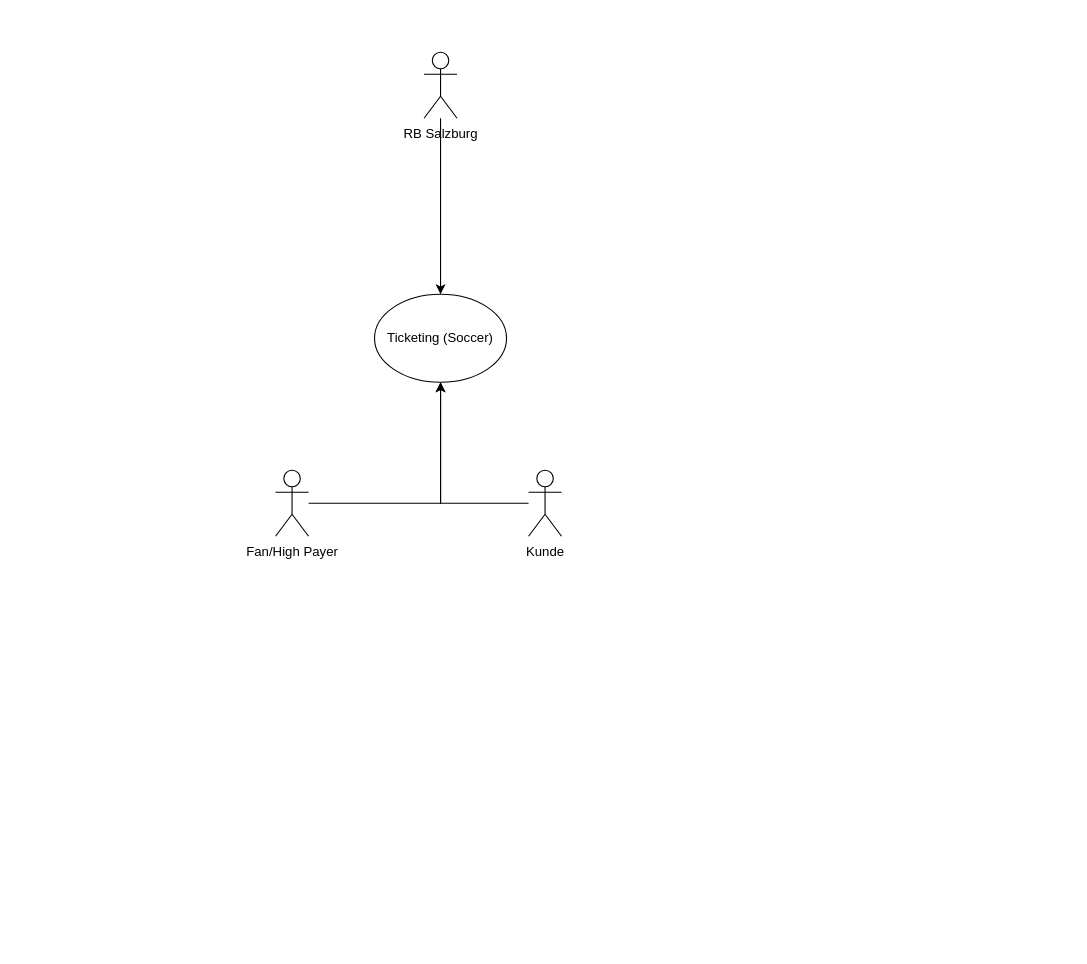
Earlier version of the draw.io diagram SWD/Soccer.drawio (LuxAlexander/Laboruebungen). Source tidied: cells renumbered, new cells numbered last; positions are measured from the earlier drawing's top-left corner, leaving out a move shared by most shapes. Both pictures are drawn from the tidied source at 110%, with x=0, y=0 at pixel (275, 52).
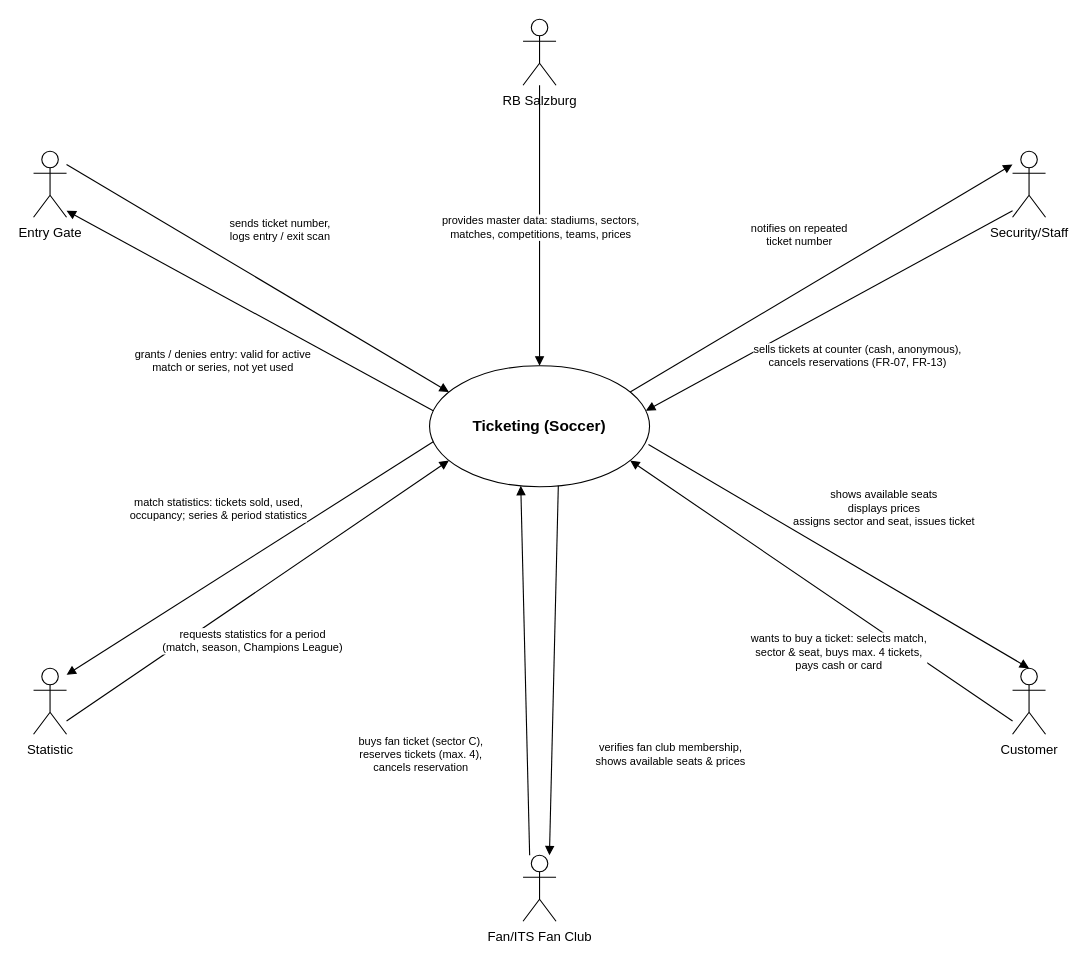
The same diagram, later.

Commit message:
context diagram

The edit, as a diff of the source:
```diff
@@
-    <mxCell id="2" value="Ticketing (Soccer)" style="ellipse;whiteSpace=wrap;html=1;" parent="1" vertex="1">
-      <mxGeometry x="90" y="220" width="120" height="80" as="geometry" />
+    <mxCell id="2" value="Ticketing (Soccer)" style="ellipse;whiteSpace=wrap;html=1;fontStyle=1;fontSize=14;" parent="1" vertex="1">
+      <mxGeometry x="140" y="285" width="200" height="110" as="geometry" />
     </mxCell>
+    <mxCell id="4" value="&lt;div&gt;RB Salzburg&lt;/div&gt;&lt;div&gt;&lt;br&gt;&lt;/div&gt;" style="shape=umlActor;verticalLabelPosition=bottom;verticalAlign=top;html=1;outlineConnect=0;" parent="1" vertex="1">
+      <mxGeometry x="225" y="-30" width="30" height="60" as="geometry" />
+    </mxCell>
+    <mxCell id="9" value="&lt;div&gt;Security/Staff&lt;/div&gt;" style="shape=umlActor;verticalLabelPosition=bottom;verticalAlign=top;html=1;outlineConnect=0;" parent="1" vertex="1">
+      <mxGeometry x="670" y="90" width="30" height="60" as="geometry" />
+    </mxCell>
+    <mxCell id="6" value="&lt;div&gt;Customer&lt;/div&gt;" style="shape=umlActor;verticalLabelPosition=bottom;verticalAlign=top;html=1;outlineConnect=0;" parent="1" vertex="1">
+      <mxGeometry x="670" y="560" width="30" height="60" as="geometry" />
+    </mxCell>
+    <mxCell id="8" value="Fan/ITS Fan Club" style="shape=umlActor;verticalLabelPosition=bottom;verticalAlign=top;html=1;outlineConnect=0;" parent="1" vertex="1">
+      <mxGeometry x="225" y="730" width="30" height="60" as="geometry" />
+    </mxCell>
+    <mxCell id="10" value="&lt;div&gt;Statistic&lt;/div&gt;" style="shape=umlActor;verticalLabelPosition=bottom;verticalAlign=top;html=1;outlineConnect=0;" parent="1" vertex="1">
+      <mxGeometry x="-220" y="560" width="30" height="60" as="geometry" />
+    </mxCell>
+    <mxCell id="11" value="&lt;div&gt;Entry Gate&lt;/div&gt;" style="shape=umlActor;verticalLabelPosition=bottom;verticalAlign=top;html=1;outlineConnect=0;" parent="1" vertex="1">
+      <mxGeometry x="-220" y="90" width="30" height="60" as="geometry" />
+    </mxCell>
-    <mxCell id="3" style="edgeStyle=orthogonalEdgeStyle;rounded=0;jettySize=auto;html=1;entryX=0.5;entryY=0;entryDx=0;entryDy=0;" parent="1" edge="1" source="4" target="2">
+    <mxCell id="3" style="rounded=0;html=1;endArrow=block;endFill=1;exitX=0.500;exitY=1.000;exitDx=0;exitDy=0;entryX=0.500;entryY=0.000;entryDx=0;entryDy=0;" parent="1" edge="1" source="4" target="2">
       <mxGeometry relative="1" as="geometry" />
     </mxCell>
-    <mxCell id="4" value="&lt;div&gt;RB Salzburg&lt;/div&gt;&lt;div&gt;&lt;br&gt;&lt;/div&gt;" style="shape=umlActor;verticalLabelPosition=bottom;verticalAlign=top;html=1;outlineConnect=0;" parent="1" vertex="1">
-      <mxGeometry x="135" width="30" height="60" as="geometry" />
-    </mxCell>
+    <mxCell id="12" value="provides master data: stadiums, sectors,&lt;br&gt;matches, competitions, teams, prices" style="edgeLabel;html=1;align=center;verticalAlign=middle;fontSize=10;labelBackgroundColor=#FFFFFF;" parent="3" vertex="1">
+      <mxGeometry relative="1" as="geometry" />
+    </mxCell>
+    <mxCell id="13" style="rounded=0;html=1;endArrow=block;endFill=1;exitX=1.000;exitY=0.200;exitDx=0;exitDy=0;entryX=0.090;entryY=0.213;entryDx=0;entryDy=0;" parent="1" edge="1" source="11" target="2">
+      <mxGeometry relative="1" as="geometry" />
+    </mxCell>
+    <mxCell id="14" value="sends ticket number,&lt;br&gt;logs entry / exit scan" style="edgeLabel;html=1;align=center;verticalAlign=middle;fontSize=10;labelBackgroundColor=#FFFFFF;" parent="13" vertex="1">
+      <mxGeometry relative="1" as="geometry">
+        <mxPoint x="20" y="-45" as="offset" />
+      </mxGeometry>
+    </mxCell>
+    <mxCell id="15" style="rounded=0;html=1;endArrow=block;endFill=1;exitX=0.017;exitY=0.371;exitDx=0;exitDy=0;entryX=1.000;entryY=0.900;entryDx=0;entryDy=0;" parent="1" edge="1" source="2" target="11">
+      <mxGeometry relative="1" as="geometry" />
+    </mxCell>
+    <mxCell id="16" value="grants / denies entry: valid for active&lt;br&gt;match or series, not yet used" style="edgeLabel;html=1;align=center;verticalAlign=middle;fontSize=10;labelBackgroundColor=#FFFFFF;" parent="15" vertex="1">
+      <mxGeometry relative="1" as="geometry">
+        <mxPoint x="-25" y="45" as="offset" />
+      </mxGeometry>
+    </mxCell>
+    <mxCell id="17" style="rounded=0;html=1;endArrow=block;endFill=1;exitX=0.910;exitY=0.213;exitDx=0;exitDy=0;entryX=0.000;entryY=0.200;entryDx=0;entryDy=0;" parent="1" edge="1" source="2" target="9">
+      <mxGeometry relative="1" as="geometry" />
+    </mxCell>
+    <mxCell id="18" value="notifies on repeated&lt;br&gt;ticket number" style="edgeLabel;html=1;align=center;verticalAlign=middle;fontSize=10;labelBackgroundColor=#FFFFFF;" parent="17" vertex="1">
+      <mxGeometry relative="1" as="geometry">
+        <mxPoint x="-20" y="-40" as="offset" />
+      </mxGeometry>
+    </mxCell>
+    <mxCell id="19" style="rounded=0;html=1;endArrow=block;endFill=1;exitX=0.000;exitY=0.900;exitDx=0;exitDy=0;entryX=0.983;entryY=0.371;entryDx=0;entryDy=0;" parent="1" edge="1" source="9" target="2">
+      <mxGeometry relative="1" as="geometry" />
+    </mxCell>
+    <mxCell id="20" value="sells tickets at counter (cash, anonymous),&lt;br&gt;cancels reservations (FR-07, FR-13)" style="edgeLabel;html=1;align=center;verticalAlign=middle;fontSize=10;labelBackgroundColor=#FFFFFF;" parent="19" vertex="1">
+      <mxGeometry relative="1" as="geometry">
+        <mxPoint x="25" y="40" as="offset" />
+      </mxGeometry>
+    </mxCell>
+    <mxCell id="21" style="rounded=0;html=1;endArrow=block;endFill=1;exitX=0.017;exitY=0.629;exitDx=0;exitDy=0;entryX=1.000;entryY=0.100;entryDx=0;entryDy=0;" parent="1" edge="1" source="2" target="10">
+      <mxGeometry relative="1" as="geometry" />
+    </mxCell>
+    <mxCell id="22" value="match statistics: tickets sold, used,&lt;br&gt;occupancy; series &amp;amp; period statistics" style="edgeLabel;html=1;align=center;verticalAlign=middle;fontSize=10;labelBackgroundColor=#FFFFFF;" parent="21" vertex="1">
+      <mxGeometry relative="1" as="geometry">
+        <mxPoint x="-30" y="-45" as="offset" />
+      </mxGeometry>
+    </mxCell>
+    <mxCell id="23" style="rounded=0;html=1;endArrow=block;endFill=1;exitX=1.000;exitY=0.800;exitDx=0;exitDy=0;entryX=0.090;entryY=0.787;entryDx=0;entryDy=0;" parent="1" edge="1" source="10" target="2">
+      <mxGeometry relative="1" as="geometry" />
+    </mxCell>
+    <mxCell id="24" value="requests statistics for a period&lt;br&gt;(match, season, Champions League)" style="edgeLabel;html=1;align=center;verticalAlign=middle;fontSize=10;labelBackgroundColor=#FFFFFF;" parent="23" vertex="1">
+      <mxGeometry relative="1" as="geometry">
+        <mxPoint x="-5" y="45" as="offset" />
+      </mxGeometry>
+    </mxCell>
+    <mxCell id="7" style="rounded=0;html=1;endArrow=block;endFill=1;exitX=0.200;exitY=0.000;exitDx=0;exitDy=0;entryX=0.413;entryY=0.992;entryDx=0;entryDy=0;" parent="1" edge="1" source="8" target="2">
+      <mxGeometry relative="1" as="geometry" />
+    </mxCell>
+    <mxCell id="25" value="buys fan ticket (sector C),&lt;br&gt;reserves tickets (max. 4),&lt;br&gt;cancels reservation" style="edgeLabel;html=1;align=center;verticalAlign=middle;fontSize=10;labelBackgroundColor=#FFFFFF;" parent="7" vertex="1">
+      <mxGeometry relative="1" as="geometry">
+        <mxPoint x="-95" y="75" as="offset" />
+      </mxGeometry>
+    </mxCell>
+    <mxCell id="26" style="rounded=0;html=1;endArrow=block;endFill=1;exitX=0.587;exitY=0.992;exitDx=0;exitDy=0;entryX=0.800;entryY=0.000;entryDx=0;entryDy=0;" parent="1" edge="1" source="2" target="8">
+      <mxGeometry relative="1" as="geometry" />
+    </mxCell>
+    <mxCell id="27" value="verifies fan club membership,&lt;br&gt;shows available seats &amp;amp; prices" style="edgeLabel;html=1;align=center;verticalAlign=middle;fontSize=10;labelBackgroundColor=#FFFFFF;" parent="26" vertex="1">
+      <mxGeometry relative="1" as="geometry">
+        <mxPoint x="105" y="75" as="offset" />
+      </mxGeometry>
+    </mxCell>
-    <mxCell id="5" style="edgeStyle=orthogonalEdgeStyle;rounded=0;jettySize=auto;html=1;entryX=0.5;entryY=1;entryDx=0;entryDy=0;" parent="1" edge="1" source="6" target="2">
+    <mxCell id="5" style="rounded=0;html=1;endArrow=block;endFill=1;exitX=0.000;exitY=0.800;exitDx=0;exitDy=0;entryX=0.910;entryY=0.787;entryDx=0;entryDy=0;" parent="1" edge="1" source="6" target="2">
       <mxGeometry relative="1" as="geometry" />
     </mxCell>
-    <mxCell id="6" value="&lt;div&gt;Kunde&lt;/div&gt;" style="shape=umlActor;verticalLabelPosition=bottom;verticalAlign=top;html=1;outlineConnect=0;" parent="1" vertex="1">
-      <mxGeometry x="230" y="380" width="30" height="60" as="geometry" />
-    </mxCell>
-    <mxCell id="7" style="edgeStyle=orthogonalEdgeStyle;rounded=0;jettySize=auto;html=1;entryX=0.5;entryY=1;entryDx=0;entryDy=0;" parent="1" edge="1" source="8" target="2">
-      <mxGeometry relative="1" as="geometry" />
-    </mxCell>
-    <mxCell id="8" value="Fan/High Payer" style="shape=umlActor;verticalLabelPosition=bottom;verticalAlign=top;html=1;outlineConnect=0;" parent="1" vertex="1">
-      <mxGeometry y="380" width="30" height="60" as="geometry" />
-    </mxCell>
+    <mxCell id="28" value="wants to buy a ticket: selects match,&lt;br&gt;sector &amp;amp; seat, buys max. 4 tickets,&lt;br&gt;pays cash or card" style="edgeLabel;html=1;align=center;verticalAlign=middle;fontSize=10;labelBackgroundColor=#FFFFFF;" parent="5" vertex="1">
+      <mxGeometry relative="1" as="geometry">
+        <mxPoint x="15" y="55" as="offset" />
+      </mxGeometry>
+    </mxCell>
+    <mxCell id="29" style="rounded=0;html=1;endArrow=block;endFill=1;entryX=0.5;entryY=0;entryDx=0;entryDy=0;entryPerimeter=0;exitX=0.995;exitY=0.651;exitDx=0;exitDy=0;exitPerimeter=0;" parent="1" edge="1" source="2" target="6">
+      <mxGeometry relative="1" as="geometry" />
+    </mxCell>
+    <mxCell id="30" value="shows available seats&lt;br&gt;displays prices&lt;br&gt;assigns sector and seat, issues ticket" style="edgeLabel;html=1;align=center;verticalAlign=middle;fontSize=10;labelBackgroundColor=#FFFFFF;" parent="29" vertex="1">
+      <mxGeometry relative="1" as="geometry">
+        <mxPoint x="40" y="-45" as="offset" />
+      </mxGeometry>
+    </mxCell>
```
